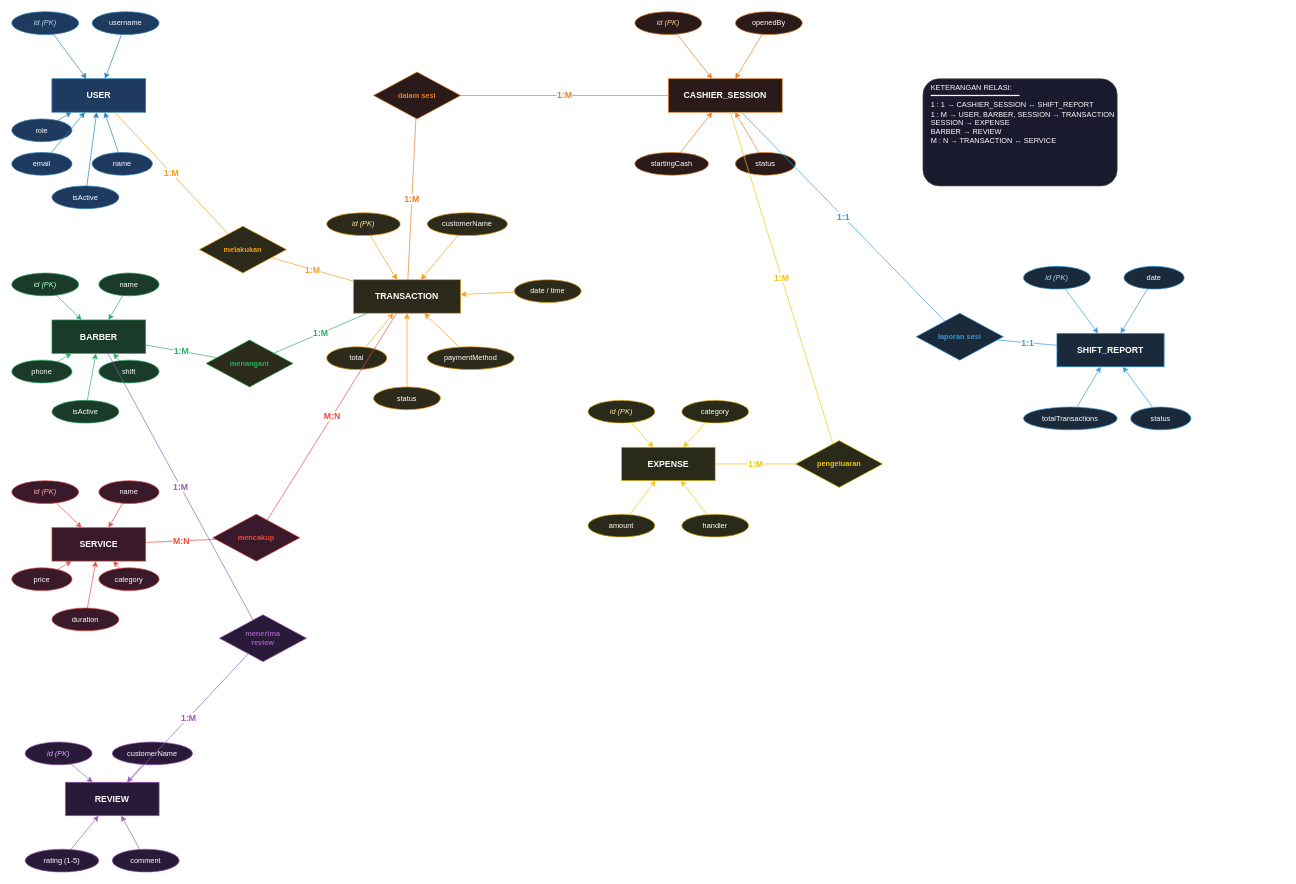
Above: page "ERD" (6 of 8) of New Barbergo.drawio in FazleDzakyA/Classic-Barbergo_cashier (draw.io), before the change. Source tidied: cells renumbered, new cells numbered last; positions are measured from the earlier drawing's top-left corner, leaving out a move shared by most shapes. Both pictures are drawn from the tidied source at 67%, with x=0, y=0 at pixel (11, 11).
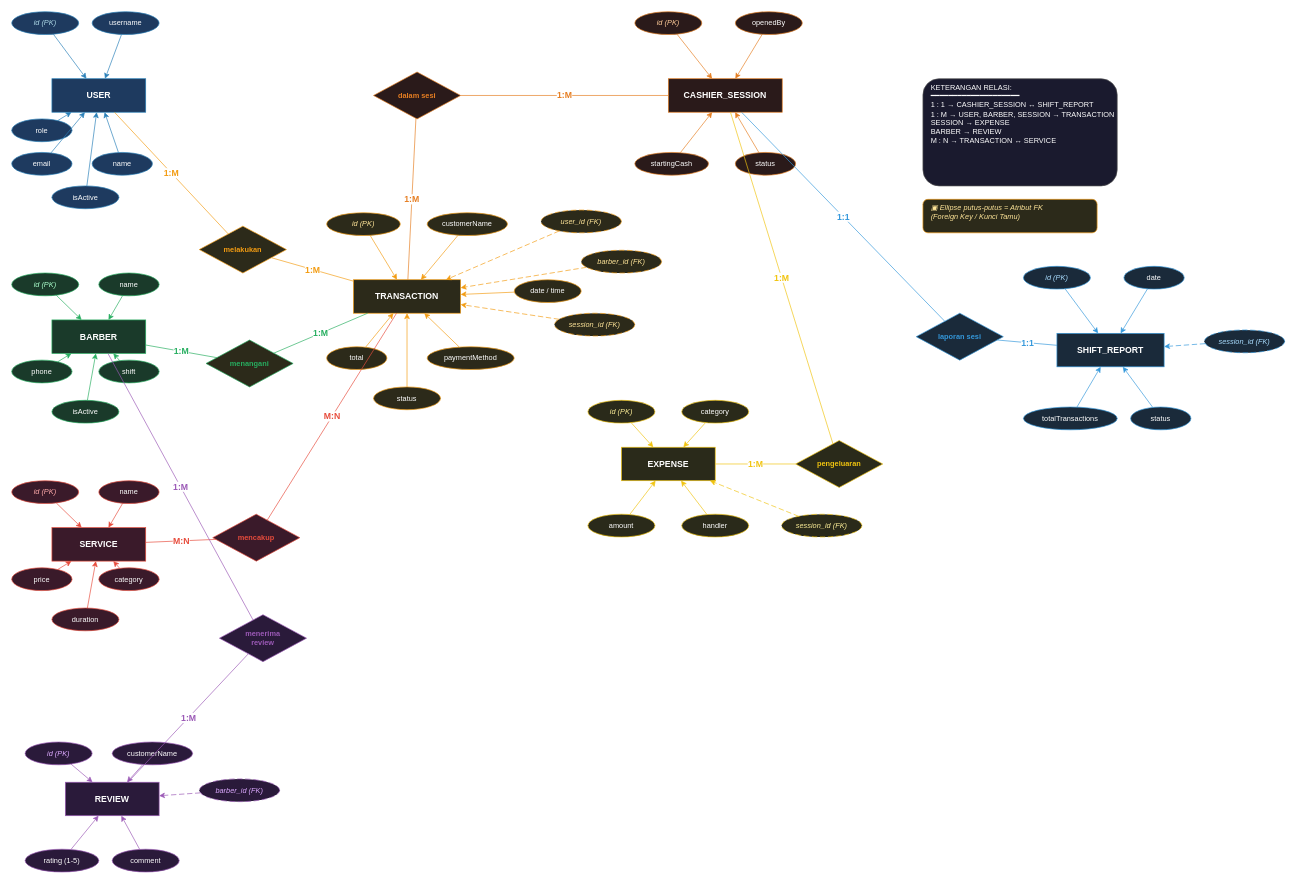
Above is the later version.

The change refers to these unchanged cells:
```xml
<mxCell id="37" value="TRANSACTION" style="shape=rectangle;whiteSpace=wrap;html=1;fillColor=#2c2a1a;strokeColor=#f39c12;fontColor=#ffffff;fontStyle=1;fontSize=13;align=center;verticalAlign=middle;" parent="1" vertex="1">
  <mxGeometry x="510" y="400" width="160" height="50" as="geometry" />
</mxCell>
<mxCell id="59" value="SHIFT_REPORT" style="shape=rectangle;whiteSpace=wrap;html=1;fillColor=#1a2a3a;strokeColor=#3498db;fontColor=#ffffff;fontStyle=1;fontSize=13;align=center;verticalAlign=middle;" parent="1" vertex="1">
  <mxGeometry x="1560" y="480" width="160" height="50" as="geometry" />
</mxCell>
<mxCell id="68" value="EXPENSE" style="shape=rectangle;whiteSpace=wrap;html=1;fillColor=#2a2a1a;strokeColor=#f1c40f;fontColor=#ffffff;fontStyle=1;fontSize=13;align=center;verticalAlign=middle;" parent="1" vertex="1">
  <mxGeometry x="910" y="650" width="140" height="50" as="geometry" />
</mxCell>
<mxCell id="77" value="REVIEW" style="shape=rectangle;whiteSpace=wrap;html=1;fillColor=#2a1a3a;strokeColor=#9b59b6;fontColor=#ffffff;fontStyle=1;fontSize=13;align=center;verticalAlign=middle;" parent="1" vertex="1">
  <mxGeometry x="80" y="1150" width="140" height="50" as="geometry" />
</mxCell>
```

The edit, as a diff of the source:
```diff
@@
+    <mxCell id="108" value="user_id (FK)" style="ellipse;whiteSpace=wrap;html=1;fillColor=#2c2a1a;strokeColor=#f39c12;fontColor=#ffe599;fontStyle=2;fontSize=11;dashed=1;dashPattern=8 4;" parent="1" vertex="1">
+      <mxGeometry x="790" y="296" width="120" height="34" as="geometry" />
+    </mxCell>
+    <mxCell id="109" style="edgeStyle=none;html=1;strokeColor=#f39c12;dashed=1;dashPattern=8 4;" parent="1" edge="1" source="108" target="37">
+      <mxGeometry relative="1" as="geometry" />
+    </mxCell>
+    <mxCell id="110" value="barber_id (FK)" style="ellipse;whiteSpace=wrap;html=1;fillColor=#2c2a1a;strokeColor=#f39c12;fontColor=#ffe599;fontStyle=2;fontSize=11;dashed=1;dashPattern=8 4;" parent="1" vertex="1">
+      <mxGeometry x="850" y="356" width="120" height="34" as="geometry" />
+    </mxCell>
+    <mxCell id="111" style="edgeStyle=none;html=1;strokeColor=#f39c12;dashed=1;dashPattern=8 4;" parent="1" edge="1" source="110" target="37">
+      <mxGeometry relative="1" as="geometry" />
+    </mxCell>
+    <mxCell id="112" value="session_id (FK)" style="ellipse;whiteSpace=wrap;html=1;fillColor=#2c2a1a;strokeColor=#f39c12;fontColor=#ffe599;fontStyle=2;fontSize=11;dashed=1;dashPattern=8 4;" parent="1" vertex="1">
+      <mxGeometry x="810" y="450" width="120" height="34" as="geometry" />
+    </mxCell>
+    <mxCell id="113" style="edgeStyle=none;html=1;strokeColor=#f39c12;dashed=1;dashPattern=8 4;" parent="1" edge="1" source="112" target="37">
+      <mxGeometry relative="1" as="geometry" />
+    </mxCell>
+    <mxCell id="114" value="session_id (FK)" style="ellipse;whiteSpace=wrap;html=1;fillColor=#1a2a3a;strokeColor=#3498db;fontColor=#aaddff;fontStyle=2;fontSize=11;dashed=1;dashPattern=8 4;" parent="1" vertex="1">
+      <mxGeometry x="1780" y="475" width="120" height="34" as="geometry" />
+    </mxCell>
+    <mxCell id="115" style="edgeStyle=none;html=1;strokeColor=#3498db;dashed=1;dashPattern=8 4;" parent="1" edge="1" source="114" target="59">
+      <mxGeometry relative="1" as="geometry" />
+    </mxCell>
+    <mxCell id="116" value="session_id (FK)" style="ellipse;whiteSpace=wrap;html=1;fillColor=#2a2a1a;strokeColor=#f1c40f;fontColor=#fff099;fontStyle=2;fontSize=11;dashed=1;dashPattern=8 4;" parent="1" vertex="1">
+      <mxGeometry x="1149" y="750" width="120" height="34" as="geometry" />
+    </mxCell>
+    <mxCell id="117" style="edgeStyle=none;html=1;strokeColor=#f1c40f;dashed=1;dashPattern=8 4;" parent="1" edge="1" source="116" target="68">
+      <mxGeometry relative="1" as="geometry" />
+    </mxCell>
+    <mxCell id="118" value="barber_id (FK)" style="ellipse;whiteSpace=wrap;html=1;fillColor=#2a1a3a;strokeColor=#9b59b6;fontColor=#ddaaff;fontStyle=2;fontSize=11;dashed=1;dashPattern=8 4;" parent="1" vertex="1">
+      <mxGeometry x="280" y="1145" width="120" height="34" as="geometry" />
+    </mxCell>
+    <mxCell id="119" style="edgeStyle=none;html=1;strokeColor=#9b59b6;dashed=1;dashPattern=8 4;" parent="1" edge="1" source="118" target="77">
+      <mxGeometry relative="1" as="geometry" />
+    </mxCell>
+    <mxCell id="120" value="▣ Ellipse putus-putus = Atribut FK&#10;   (Foreign Key / Kunci Tamu)" style="text;html=1;strokeColor=#f39c12;fillColor=#2c2a1a;align=left;verticalAlign=top;spacingLeft=10;rounded=1;fontColor=#ffe599;fontSize=11;fontStyle=2;" parent="1" vertex="1">
+      <mxGeometry x="1360" y="280" width="260" height="50" as="geometry" />
+    </mxCell>
```
